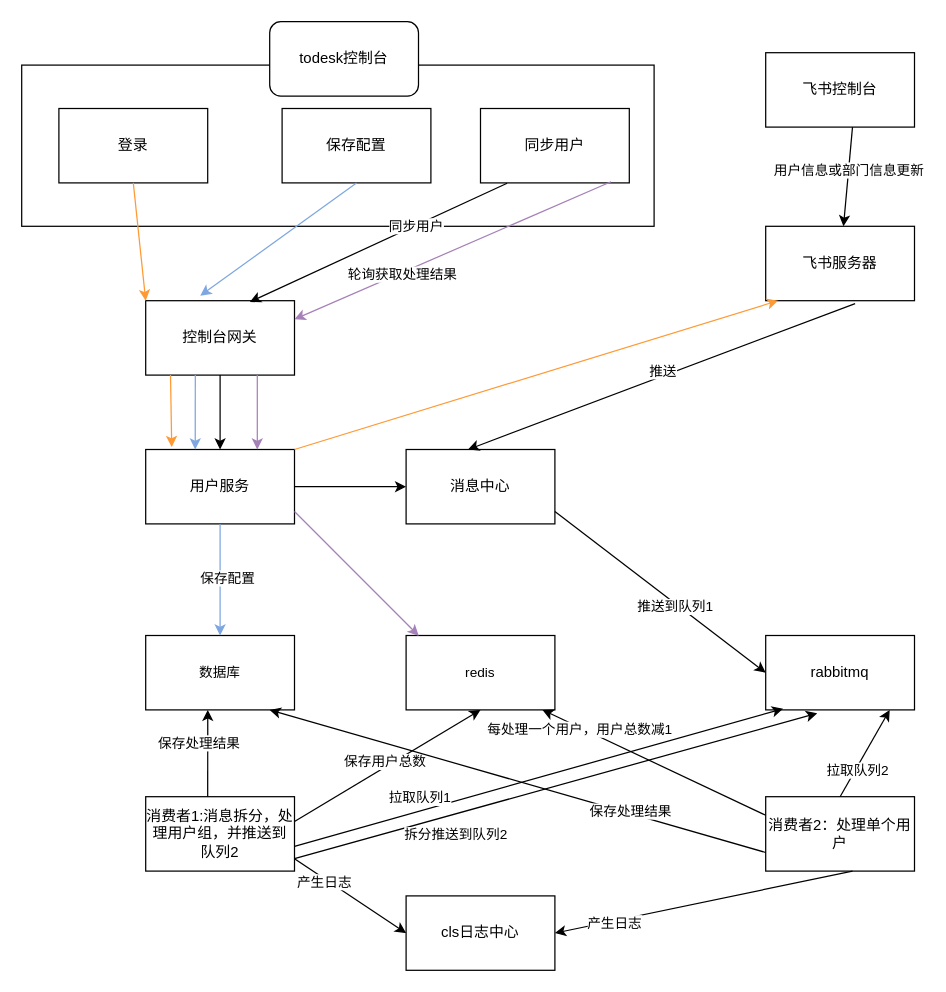
Earlier version of the draw.io diagram Untitled Diagram.drawio (haozero99/draw). Source tidied: cells renumbered, new cells numbered last; positions are measured from the earlier drawing's top-left corner, leaving out a move shared by most shapes. Both pictures are drawn from the tidied source at 124%, with x=0, y=0 at pixel (21, 21).
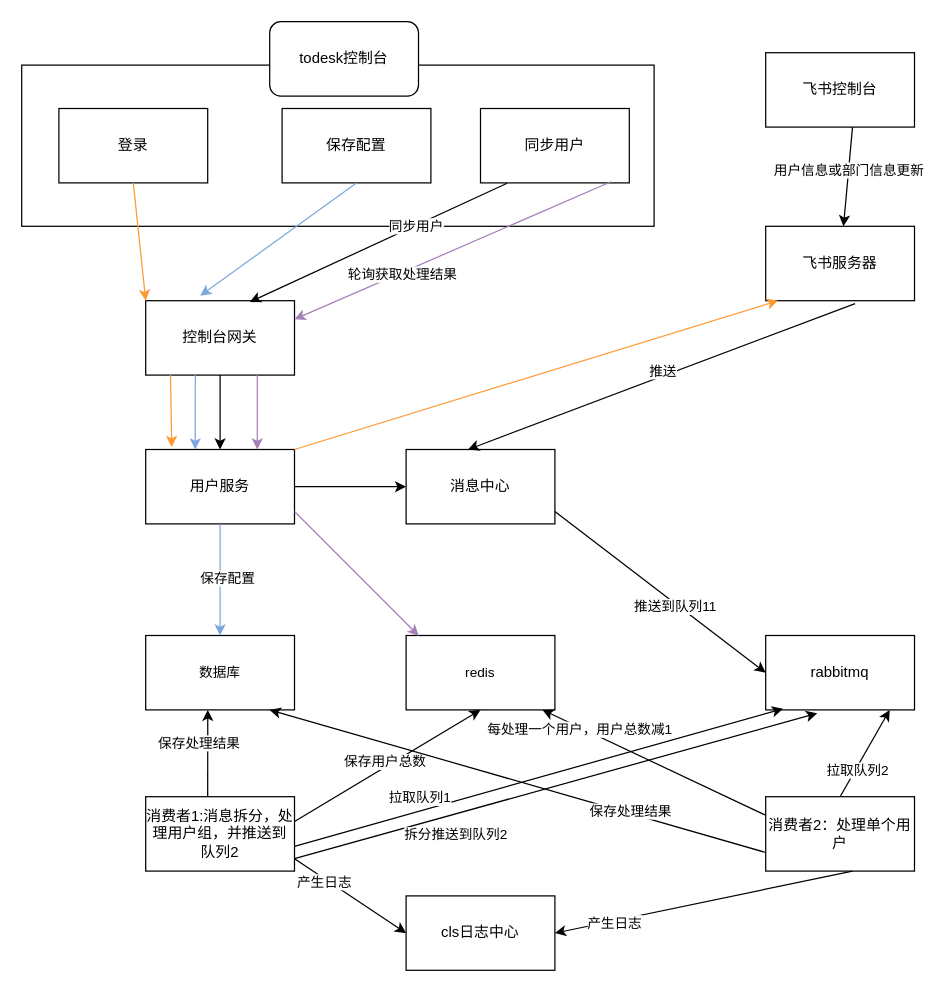
The same page after the edit.

The change refers to these unchanged cells:
```xml
<mxCell id="37" style="endArrow=classic;html=1;rounded=0;labelBackgroundColor=default;strokeColor=default;fontFamily=Helvetica;fontSize=11;fontColor=default;shape=connector;entryX=0;entryY=0.5;entryDx=0;entryDy=0;" parent="1" edge="1" target="9">
  <mxGeometry relative="1" as="geometry">
    <mxPoint x="430" y="395" as="sourcePoint" />
  </mxGeometry>
</mxCell>
```

Diff of the diagram source:
```diff
@@
-    <mxCell id="38" value="推送到队列1" style="edgeLabel;html=1;align=center;verticalAlign=middle;fontSize=11;fontFamily=Helvetica;fontColor=default;" parent="37" vertex="1">
+    <mxCell id="38" value="推送到队列11" style="edgeLabel;html=1;align=center;verticalAlign=middle;fontSize=11;fontFamily=Helvetica;fontColor=default;" parent="37" vertex="1">
       <mxGeometry x="0.15" y="-2" relative="1" as="geometry" />
     </mxCell>
```
